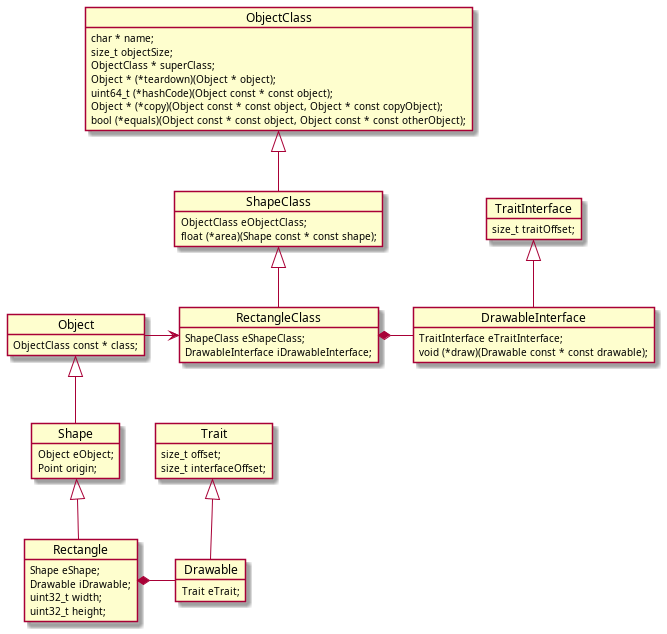
This is docs/media/diag-rectangle-class-example.png from alexmarincu/Cbject, a PlantUML export, as it was before one commit.
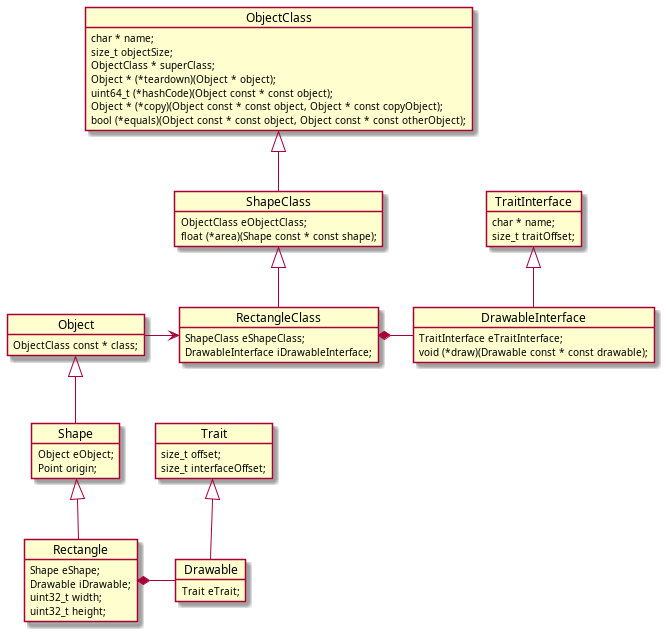
Later version of the same file.

The edit, as a diff of the source:
```diff
@@ -25,6 +25,7 @@
     DrawableInterface iDrawableInterface;
 }
 object TraitInterface {
+    char * name;
     size_t traitOffset;
 }
 object Object {
```
